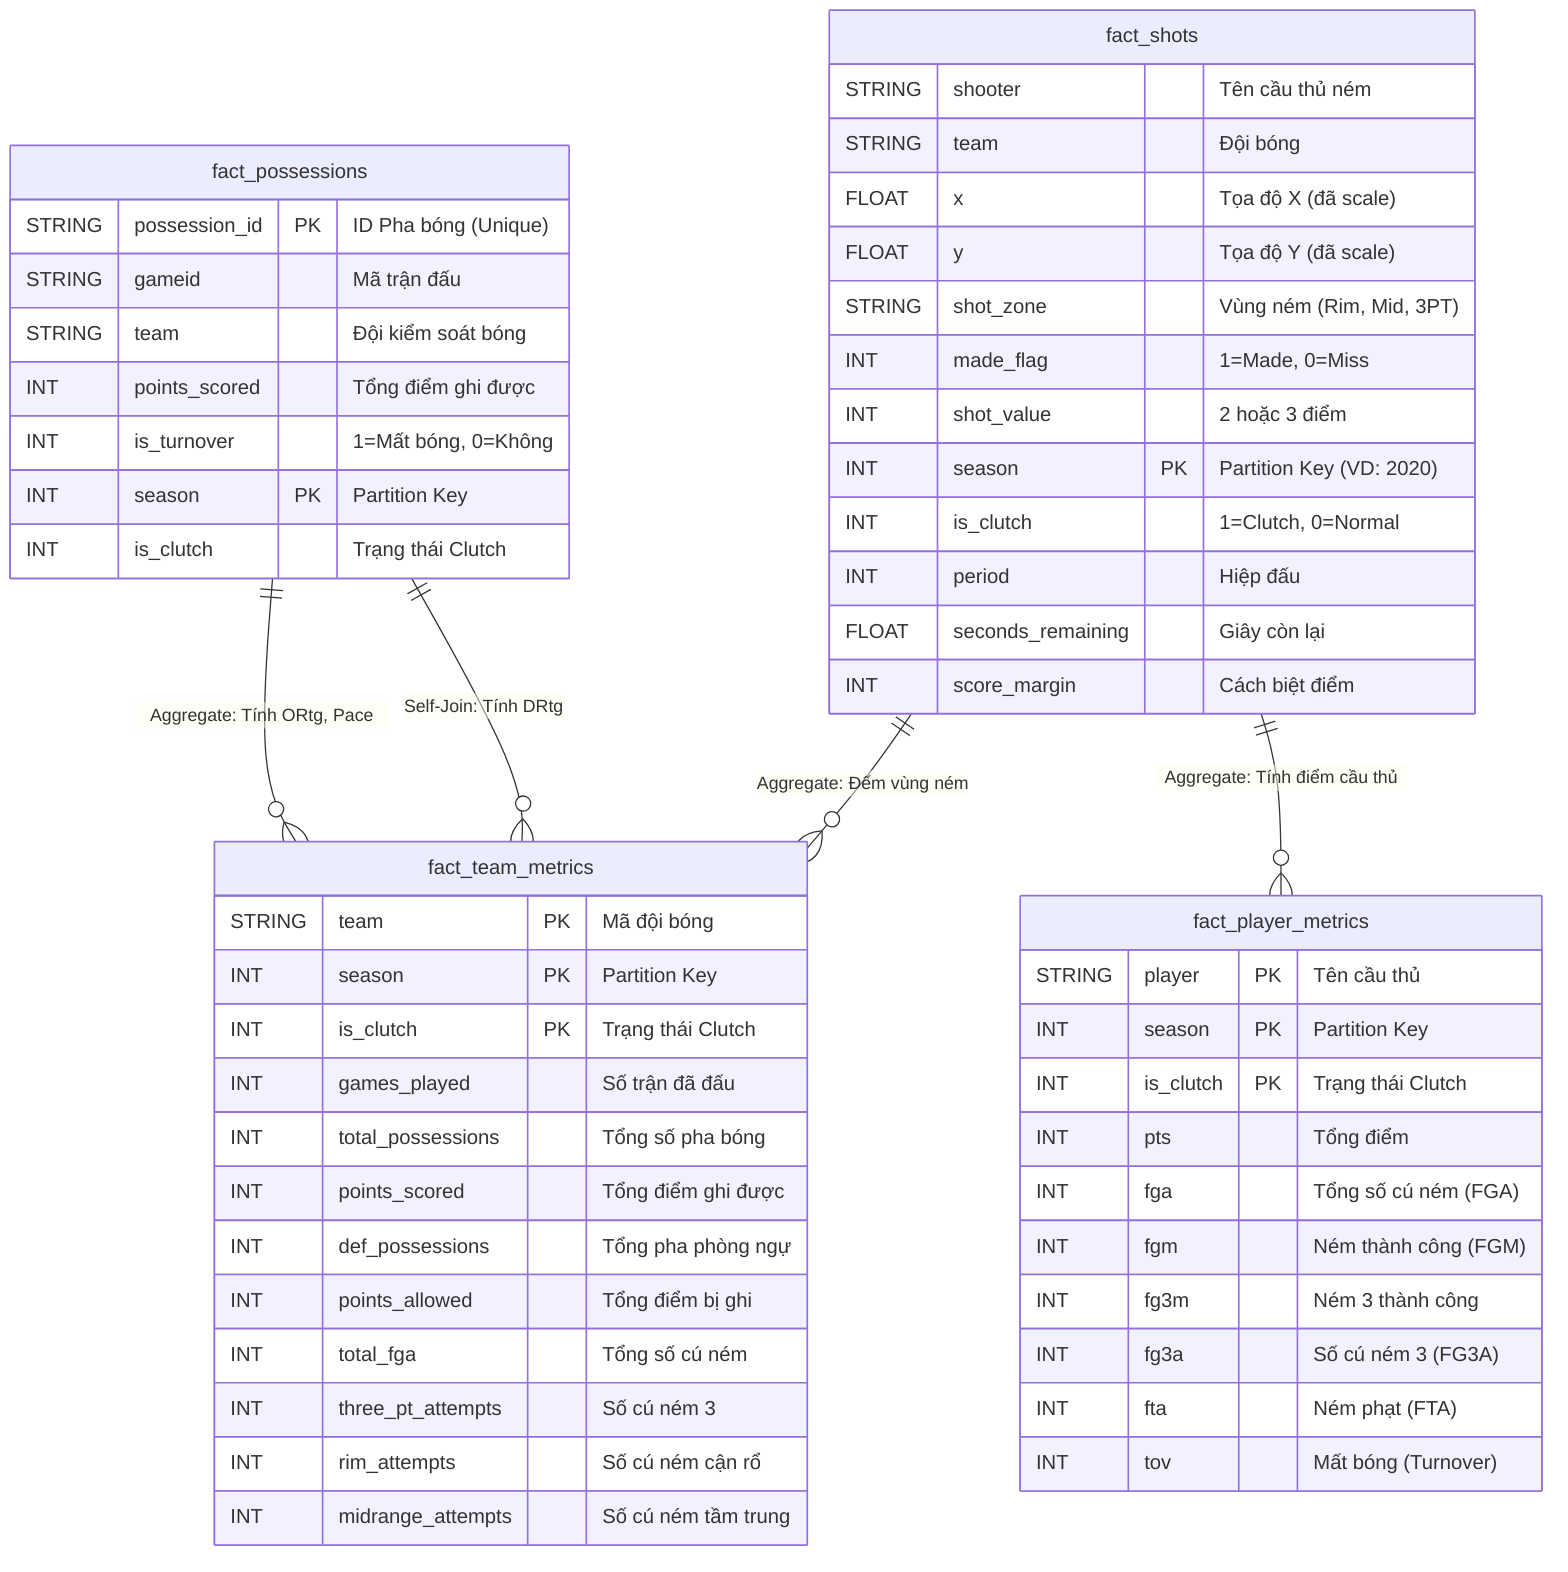
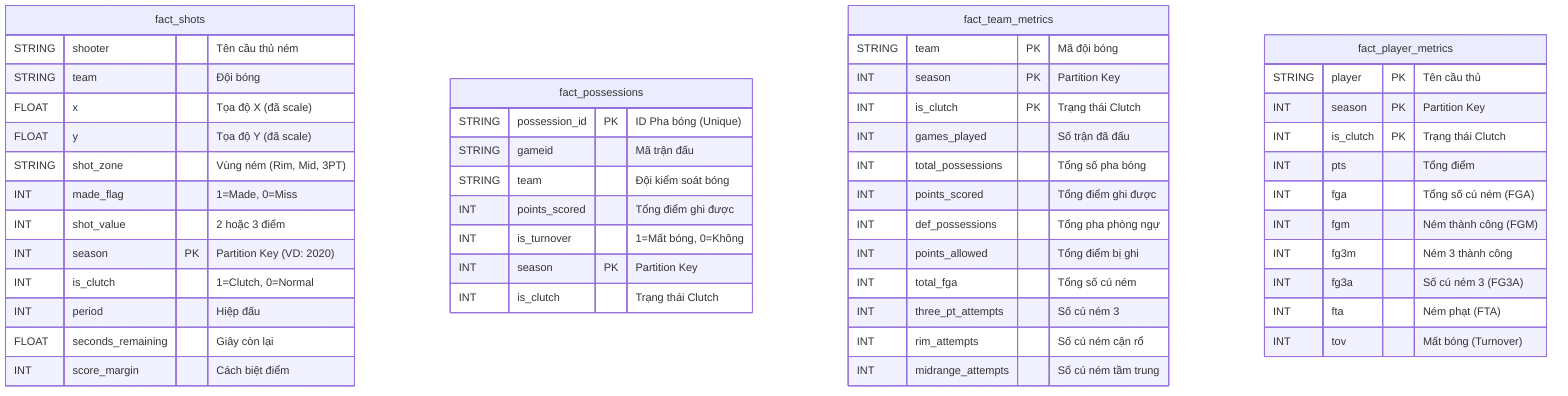
erDiagram
    %% Định nghĩa bảng fact_shots
    fact_shots {
        STRING shooter "Tên cầu thủ ném"
        STRING team "Đội bóng"
        FLOAT x "Tọa độ X (đã scale)"
        FLOAT y "Tọa độ Y (đã scale)"
        STRING shot_zone "Vùng ném (Rim, Mid, 3PT)"
        INT made_flag "1=Made, 0=Miss"
        INT shot_value "2 hoặc 3 điểm"
        INT season PK "Partition Key (VD: 2020)"
        INT is_clutch "1=Clutch, 0=Normal"
        INT period "Hiệp đấu"
        FLOAT seconds_remaining "Giây còn lại"
        INT score_margin "Cách biệt điểm"
    }

    %% Định nghĩa bảng fact_possessions
    fact_possessions {
        STRING possession_id PK "ID Pha bóng (Unique)"
        STRING gameid "Mã trận đấu"
        STRING team "Đội kiểm soát bóng"
        INT points_scored "Tổng điểm ghi được"
        INT is_turnover "1=Mất bóng, 0=Không"
        INT season PK "Partition Key"
        INT is_clutch "Trạng thái Clutch"
    }

    %% Định nghĩa bảng fact_team_metrics
    fact_team_metrics {
        STRING team PK "Mã đội bóng"
        INT season PK "Partition Key"
        INT is_clutch PK "Trạng thái Clutch"
        INT games_played "Số trận đã đấu"
        INT total_possessions "Tổng số pha bóng"
        INT points_scored "Tổng điểm ghi được"
        INT def_possessions "Tổng pha phòng ngự"
        INT points_allowed "Tổng điểm bị ghi"
        INT total_fga "Tổng số cú ném"
        INT three_pt_attempts "Số cú ném 3"
        INT rim_attempts "Số cú ném cận rổ"
        INT midrange_attempts "Số cú ném tầm trung"
    }

    %% Định nghĩa bảng fact_player_metrics
    fact_player_metrics {
        STRING player PK "Tên cầu thủ"
        INT season PK "Partition Key"
        INT is_clutch PK "Trạng thái Clutch"
        INT pts "Tổng điểm"
        INT fga "Tổng số cú ném (FGA)"
        INT fgm "Ném thành công (FGM)"
        INT fg3m "Ném 3 thành công"
        INT fg3a "Số cú ném 3 (FG3A)"
        INT fta "Ném phạt (FTA)"
        INT tov "Mất bóng (Turnover)"
    }

-     %% Quan hệ logic (Logical Relationships)
-     fact_possessions ||--o{ fact_team_metrics : "Aggregate: Tính ORtg, Pace"
-     fact_possessions ||--o{ fact_team_metrics : "Self-Join: Tính DRtg"
-     fact_shots ||--o{ fact_team_metrics : "Aggregate: Đếm vùng ném"
-     fact_shots ||--o{ fact_player_metrics : "Aggregate: Tính điểm cầu thủ"
+     %% Ghi chú: Các bảng này là ĐỘC LẬP (Denormalized) trong Parquet Data Lake
+     %% Không có quan hệ Khóa ngoại (Foreign Key) để tối ưu hóa tốc độ truy vấn OLAP.
